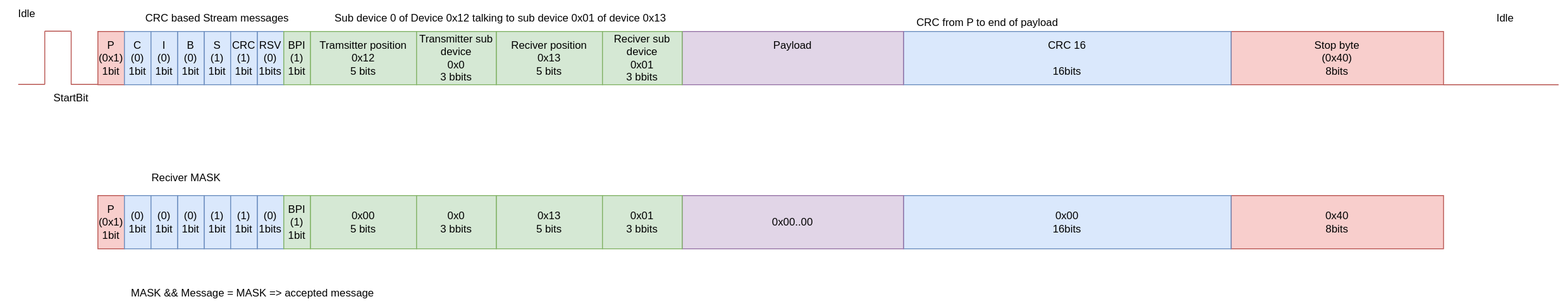
Above: example_message.svg in cdg66/BUS_figures (draw.io), before the change. Source tidied: cells renumbered, new cells last; positions are measured from the earlier drawing's top-left corner, leaving out a move shared by most shapes.
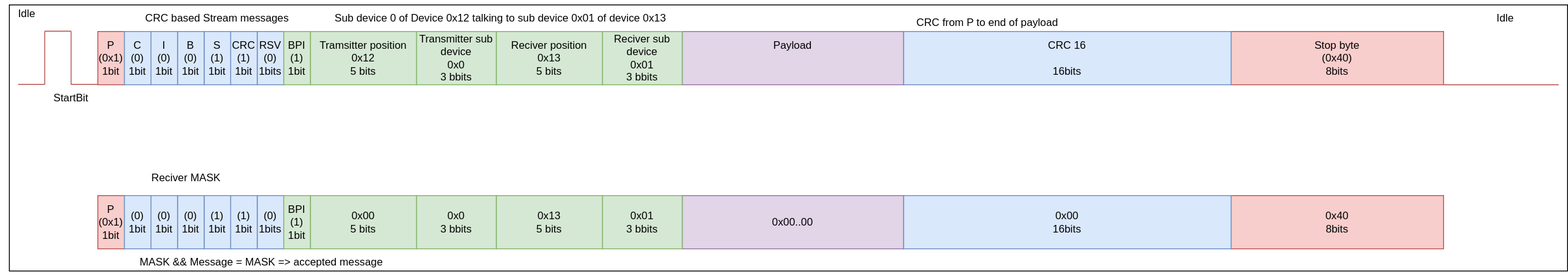
After the change.

What changed in the source:
```diff
@@ -2,6 +2,9 @@
   <root>
     <mxCell id="0" />
     <mxCell id="1" parent="0" />
+    <mxCell id="46" style="rounded=0;whiteSpace=wrap;html=1;" parent="1" vertex="1">
+      <mxGeometry x="10" y="5" width="1760" height="300" as="geometry" />
+    </mxCell>
     <mxCell id="2" value="&lt;div&gt;P&lt;/div&gt;&lt;div&gt;(0x1)&lt;/div&gt;&lt;div&gt;1bit&lt;br&gt;&lt;/div&gt;" style="rounded=0;whiteSpace=wrap;html=1;fillColor=#f8cecc;strokeColor=#b85450;" parent="1" vertex="1">
       <mxGeometry x="110" y="35" width="30" height="60" as="geometry" />
     </mxCell>
@@ -150,7 +153,7 @@
       <mxGeometry x="150" y="185" width="120" height="30" as="geometry" />
     </mxCell>
     <mxCell id="45" value="MASK &amp;amp;&amp;amp; Message = MASK =&amp;gt; accepted message" style="text;html=1;strokeColor=none;fillColor=none;align=center;verticalAlign=middle;whiteSpace=wrap;rounded=0;" parent="1" vertex="1">
-      <mxGeometry x="70" y="315" width="430" height="30" as="geometry" />
+      <mxGeometry x="80" y="280" width="430" height="30" as="geometry" />
     </mxCell>
   </root>
 </mxGraphModel>
```
